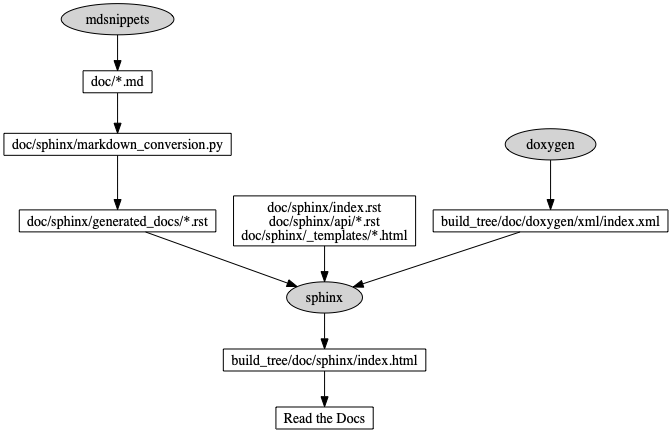
approvals/ApprovalTests.cpp keeps this Graphviz diagram as doc/images/sphinx_flow.png. Above is the earlier version. Its source is kept beside it as doc/images/source/sphinx_flow.dot.
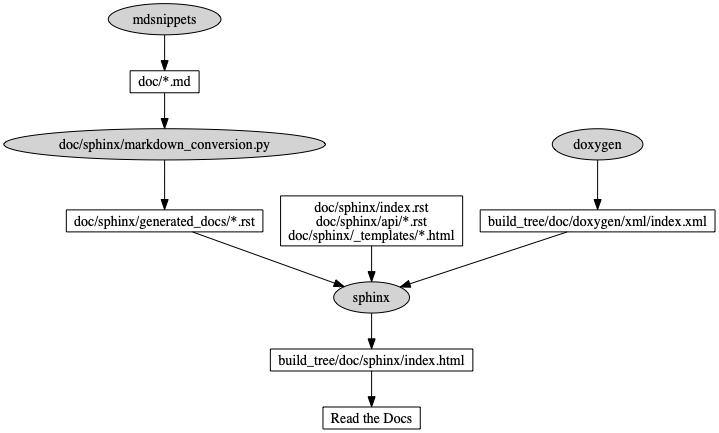
The same diagram one commit later.

Commit message:
d   Fix style of markdown_conversion_py

What changed in the source:
```diff
@@ -12,7 +12,7 @@
 
     "docs_md" [label = "doc/*.md"]
     "mdsnippets" -> "docs_md"
-    "markdown_conversion_py" [label = "doc/sphinx/markdown_conversion.py"]
+    "markdown_conversion_py" [label = "doc/sphinx/markdown_conversion.py", shape = oval, fillcolor = lightgray, style = filled]
     "generated_rst" [label = "doc/sphinx/generated_docs/*.rst"]
     "docs_md" -> "markdown_conversion_py" -> "generated_rst"
     "generated_rst" -> "sphinx"
```
